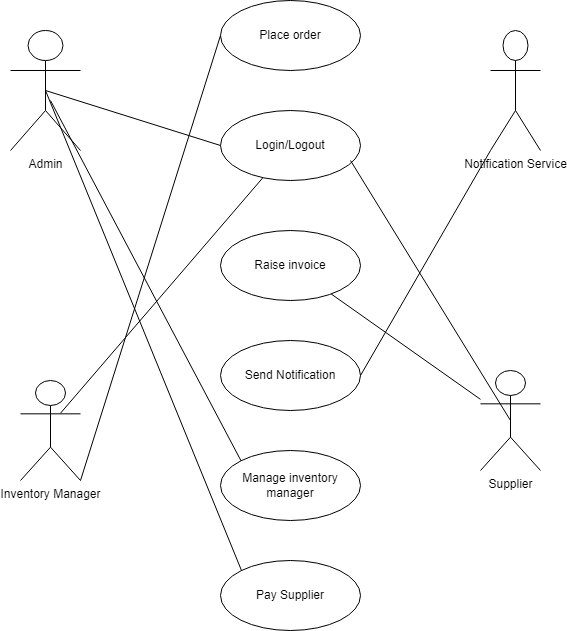
Above: InventoryManagementSystem2.drawio.png in hrk-berserker27/hrk-berserker27 (draw.io), before the change. Source tidied: cells renumbered, new cells last; positions are measured from the earlier drawing's top-left corner, leaving out a move shared by most shapes. Source of this version:
```xml
<mxGraphModel>
  <root>
    <mxCell id="0" />
    <mxCell id="1" parent="0" />
    <mxCell id="2" value="Login/Logout" style="ellipse;whiteSpace=wrap;html=1;fillColor=none;" parent="1" vertex="1">
      <mxGeometry x="210" y="110" width="140" height="70" as="geometry" />
    </mxCell>
    <mxCell id="3" value="Raise invoice" style="ellipse;whiteSpace=wrap;html=1;fillColor=none;" parent="1" vertex="1">
      <mxGeometry x="210" y="230" width="140" height="70" as="geometry" />
    </mxCell>
    <mxCell id="4" value="Place order" style="ellipse;whiteSpace=wrap;html=1;fillColor=none;" parent="1" vertex="1">
      <mxGeometry x="210" width="140" height="70" as="geometry" />
    </mxCell>
    <mxCell id="5" value="Send Notification" style="ellipse;whiteSpace=wrap;html=1;fillColor=none;" parent="1" vertex="1">
      <mxGeometry x="210" y="340" width="140" height="70" as="geometry" />
    </mxCell>
    <mxCell id="6" value="Manage inventory manager" style="ellipse;whiteSpace=wrap;html=1;fillColor=none;" parent="1" vertex="1">
      <mxGeometry x="210" y="450" width="140" height="70" as="geometry" />
    </mxCell>
    <mxCell id="7" value="Pay Supplier" style="ellipse;whiteSpace=wrap;html=1;fillColor=none;" parent="1" vertex="1">
      <mxGeometry x="210" y="560" width="140" height="70" as="geometry" />
    </mxCell>
    <mxCell id="8" value="Admin" style="shape=umlActor;verticalLabelPosition=bottom;verticalAlign=top;html=1;fillColor=none;" parent="1" vertex="1">
      <mxGeometry y="30" width="70" height="120" as="geometry" />
    </mxCell>
    <mxCell id="9" value="Notification Service" style="shape=umlActor;verticalLabelPosition=bottom;verticalAlign=top;html=1;fillColor=none;" parent="1" vertex="1">
      <mxGeometry x="480" y="30" width="50" height="120" as="geometry" />
    </mxCell>
    <mxCell id="10" value="Inventory Manager" style="shape=umlActor;verticalLabelPosition=bottom;verticalAlign=top;html=1;fillColor=none;" parent="1" vertex="1">
      <mxGeometry x="10" y="380" width="60" height="100" as="geometry" />
    </mxCell>
    <mxCell id="11" value="Supplier" style="shape=umlActor;verticalLabelPosition=bottom;verticalAlign=top;html=1;fillColor=none;" parent="1" vertex="1">
      <mxGeometry x="470" y="370" width="60" height="100" as="geometry" />
    </mxCell>
    <mxCell id="12" style="endArrow=none;html=1;rounded=0;exitX=0.5;exitY=0.5;exitDx=0;exitDy=0;exitPerimeter=0;entryX=0;entryY=0.5;entryDx=0;entryDy=0;" parent="1" edge="1" source="8" target="2">
      <mxGeometry relative="1" as="geometry" />
    </mxCell>
    <mxCell id="13" style="endArrow=none;html=1;rounded=0;exitX=1;exitY=1;exitDx=0;exitDy=0;exitPerimeter=0;entryX=0;entryY=0.5;entryDx=0;entryDy=0;" parent="1" edge="1" source="10" target="4">
      <mxGeometry relative="1" as="geometry" />
    </mxCell>
    <mxCell id="14" style="endArrow=none;html=1;rounded=0;exitX=0.5;exitY=0.5;exitDx=0;exitDy=0;exitPerimeter=0;entryX=0;entryY=0;entryDx=0;entryDy=0;" parent="1" edge="1" source="8" target="7">
      <mxGeometry relative="1" as="geometry">
        <Array as="points">
          <mxPoint x="231" y="570" />
        </Array>
      </mxGeometry>
    </mxCell>
    <mxCell id="15" style="endArrow=none;html=1;rounded=0;strokeWidth=1;entryX=0;entryY=0;entryDx=0;entryDy=0;" parent="1" edge="1" target="6">
      <mxGeometry relative="1" as="geometry">
        <mxPoint x="40" y="100" as="sourcePoint" />
      </mxGeometry>
    </mxCell>
    <mxCell id="16" style="endArrow=none;html=1;rounded=0;strokeWidth=1;entryX=0;entryY=1;entryDx=0;entryDy=0;entryPerimeter=0;exitX=1;exitY=0.5;exitDx=0;exitDy=0;" parent="1" edge="1" source="5" target="9">
      <mxGeometry relative="1" as="geometry" />
    </mxCell>
    <mxCell id="17" style="endArrow=none;html=1;rounded=0;strokeWidth=1;exitX=0.667;exitY=0.327;exitDx=0;exitDy=0;exitPerimeter=0;" parent="1" edge="1" source="10" target="2">
      <mxGeometry relative="1" as="geometry" />
    </mxCell>
    <mxCell id="18" style="endArrow=none;html=1;rounded=0;strokeWidth=1;entryX=0.5;entryY=0.5;entryDx=0;entryDy=0;entryPerimeter=0;" parent="1" edge="1" target="11">
      <mxGeometry relative="1" as="geometry">
        <mxPoint x="340" y="160" as="sourcePoint" />
      </mxGeometry>
    </mxCell>
    <mxCell id="19" style="endArrow=none;html=1;rounded=0;strokeWidth=1;" parent="1" edge="1" source="3" target="11">
      <mxGeometry relative="1" as="geometry" />
    </mxCell>
  </root>
</mxGraphModel>
```
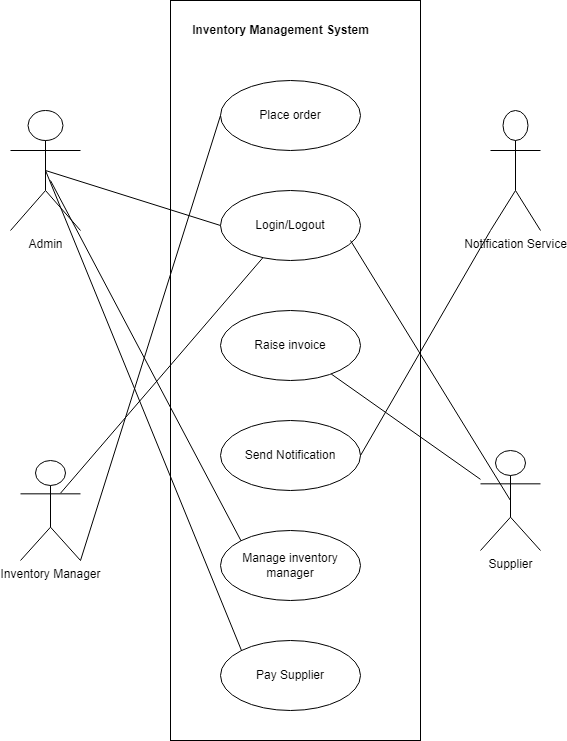
The same file after the commit.

Change to the diagram source:
```diff
@@ -64,5 +64,11 @@
     <mxCell id="19" style="endArrow=none;html=1;rounded=0;strokeWidth=1;" parent="1" edge="1" source="3" target="11">
       <mxGeometry relative="1" as="geometry" />
     </mxCell>
+    <mxCell id="20" style="whiteSpace=wrap;html=1;fillColor=none;" parent="1" vertex="1">
+      <mxGeometry x="160" y="-80" width="250" height="740" as="geometry" />
+    </mxCell>
+    <mxCell id="21" value="Inventory Management System" style="text;html=1;align=center;verticalAlign=middle;fillColor=none;strokeColor=none;rounded=0;fontStyle=1;" parent="1" vertex="1">
+      <mxGeometry x="175" y="-60" width="190" height="20" as="geometry" />
+    </mxCell>
   </root>
 </mxGraphModel>
```
